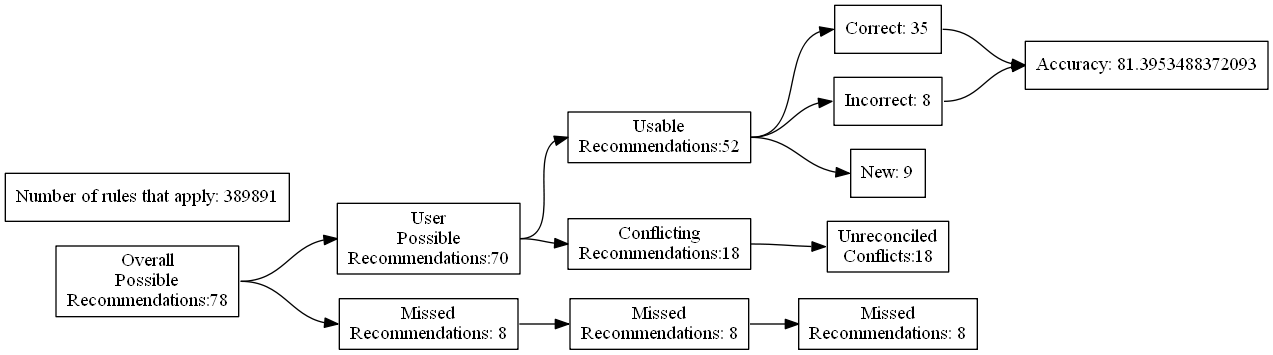
ZaxR/ibd_diet_analysis keeps this Graphviz diagram as test_renders/30.gv.png. Above is the earlier version. Its source is kept beside it as test_renders/30.gv.
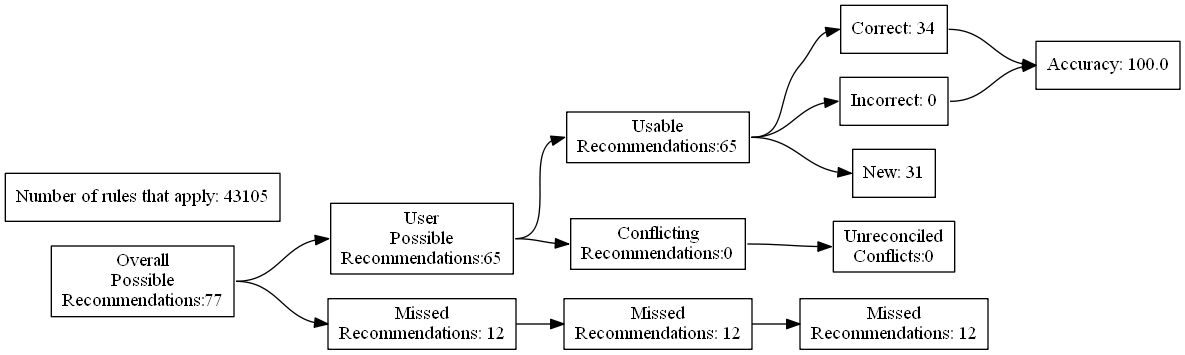
The same diagram one commit later.

The edit, as a diff of the source:
```diff
@@ -4,27 +4,27 @@
 	edge [headport=w tailport=e]
 		A [label="Overall
 Possible
-Recommendations:78"]
+Recommendations:77"]
 		B [label="User
 Possible
-Recommendations:70"]
+Recommendations:65"]
 		C [label="Missed
-Recommendations: 8"]
+Recommendations: 12"]
 		D [label="Usable
-Recommendations:52"]
+Recommendations:65"]
 		E [label="Conflicting
-Recommendations:18"]
+Recommendations:0"]
 		J [label="Missed
-Recommendations: 8"]
+Recommendations: 12"]
 		M [label="Unreconciled
-Conflicts:18"]
-		F [label="Correct: 35"]
-		G [label="Incorrect: 8"]
-		H [label="New: 9"]
+Conflicts:0"]
+		F [label="Correct: 34"]
+		G [label="Incorrect: 0"]
+		H [label="New: 31"]
 		K [label="Missed
-Recommendations: 8"]
-		I [label="Accuracy: 81.3953488372093"]
-		l [label="Number of rules that apply: 389891"]
+Recommendations: 12"]
+		I [label="Accuracy: 100.0"]
+		l [label="Number of rules that apply: 43105"]
 			A -> B
 			A -> C
 			B -> D
```
